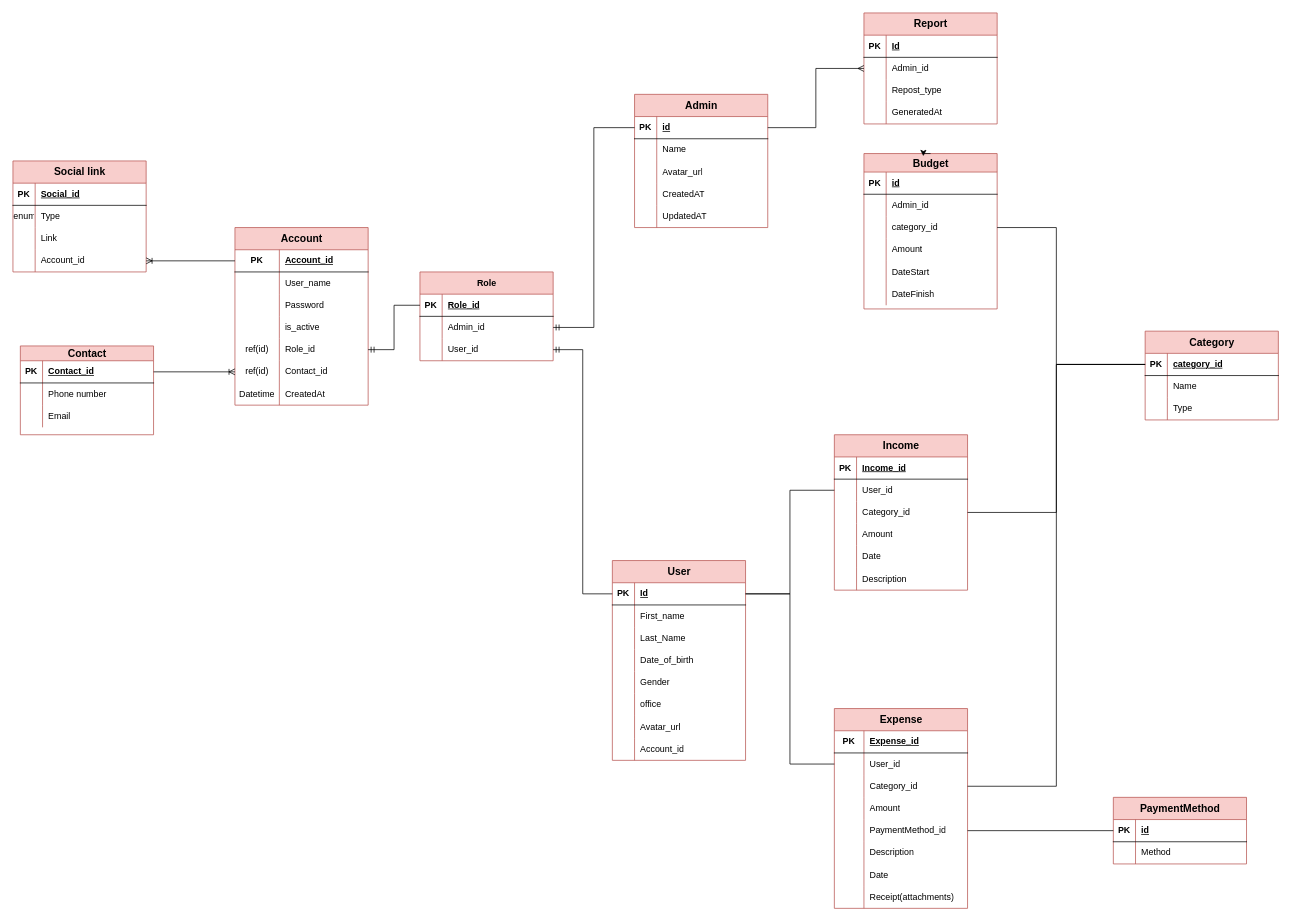
Before: Untitled Diagram.drawio in nynnekakak/diagram, a draw.io diagram. Source tidied: cells renumbered, new cells numbered last; positions are measured from the earlier drawing's top-left corner, leaving out a move shared by most shapes. Both pictures are drawn from the tidied source at 74%, with x=0, y=0 at pixel (13, 13).
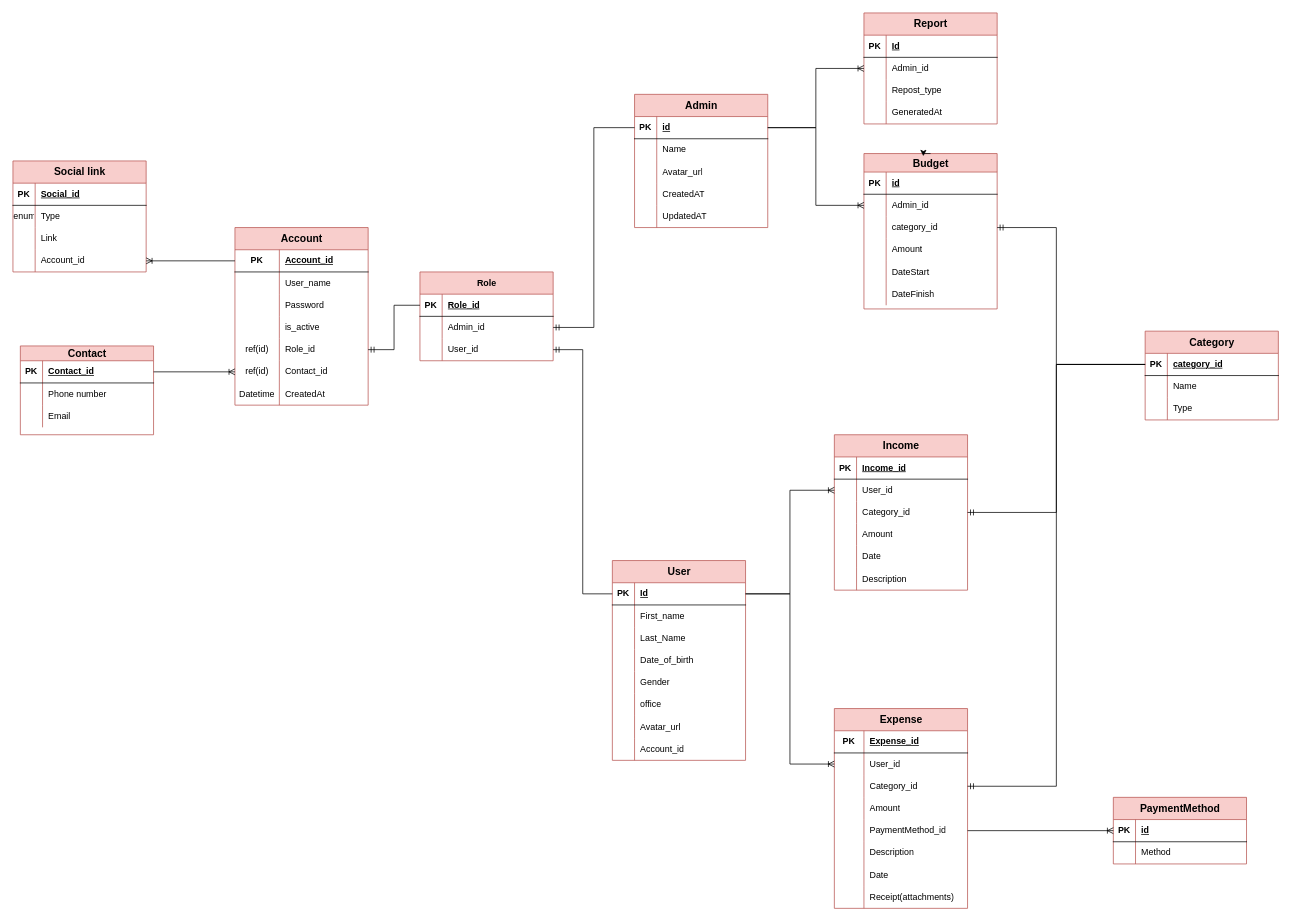
The same diagram, later.

Unchanged cells that the change refers to:
```xml
<mxCell id="51" style="shape=tableRow;horizontal=0;startSize=0;swimlaneHead=0;swimlaneBody=0;fillColor=none;points=[[0,0.5],[1,0.5]];portConstraint=eastwest;top=0;left=0;right=0;bottom=0;" parent="47" vertex="1">
  <mxGeometry y="60" width="180" height="30" as="geometry" />
</mxCell>
<mxCell id="54" style="shape=tableRow;horizontal=0;startSize=0;swimlaneHead=0;swimlaneBody=0;fillColor=none;points=[[0,0.5],[1,0.5]];portConstraint=eastwest;top=0;left=0;right=0;bottom=0;" parent="47" vertex="1">
  <mxGeometry y="90" width="180" height="30" as="geometry" />
</mxCell>
<mxCell id="60" style="shape=tableRow;horizontal=0;startSize=0;swimlaneHead=0;swimlaneBody=0;fillColor=none;points=[[0,0.5],[1,0.5]];portConstraint=eastwest;top=0;left=0;right=0;bottom=0;" parent="47" vertex="1">
  <mxGeometry y="150" width="180" height="30" as="geometry" />
</mxCell>
<mxCell id="76" style="shape=tableRow;horizontal=0;startSize=0;swimlaneHead=0;swimlaneBody=0;fillColor=none;points=[[0,0.5],[1,0.5]];portConstraint=eastwest;top=0;left=0;right=0;bottom=0;" parent="72" vertex="1">
  <mxGeometry y="60" width="180" height="30" as="geometry" />
</mxCell>
<mxCell id="79" style="shape=tableRow;horizontal=0;startSize=0;swimlaneHead=0;swimlaneBody=0;fillColor=none;points=[[0,0.5],[1,0.5]];portConstraint=eastwest;top=0;left=0;right=0;bottom=0;" parent="72" vertex="1">
  <mxGeometry y="90" width="180" height="30" as="geometry" />
</mxCell>
<mxCell id="92" style="shape=tableRow;horizontal=0;startSize=0;swimlaneHead=0;swimlaneBody=0;fillColor=none;points=[[0,0.5],[1,0.5]];portConstraint=eastwest;top=0;left=0;right=0;bottom=1;" parent="91" vertex="1">
  <mxGeometry y="30" width="180" height="30" as="geometry" />
</mxCell>
<mxCell id="102" style="shape=tableRow;horizontal=0;startSize=0;swimlaneHead=0;swimlaneBody=0;fillColor=none;points=[[0,0.5],[1,0.5]];portConstraint=eastwest;top=0;left=0;right=0;bottom=1;" parent="101" vertex="1">
  <mxGeometry y="30" width="180" height="30" as="geometry" />
</mxCell>
<mxCell id="112" style="shape=tableRow;horizontal=0;startSize=0;swimlaneHead=0;swimlaneBody=0;fillColor=none;points=[[0,0.5],[1,0.5]];portConstraint=eastwest;top=0;left=0;right=0;bottom=0;" parent="108" vertex="1">
  <mxGeometry y="55" width="180" height="30" as="geometry" />
</mxCell>
<mxCell id="115" style="shape=tableRow;horizontal=0;startSize=0;swimlaneHead=0;swimlaneBody=0;fillColor=none;points=[[0,0.5],[1,0.5]];portConstraint=eastwest;top=0;left=0;right=0;bottom=0;" parent="108" vertex="1">
  <mxGeometry y="85" width="180" height="30" as="geometry" />
</mxCell>
<mxCell id="128" style="shape=tableRow;horizontal=0;startSize=0;swimlaneHead=0;swimlaneBody=0;fillColor=none;points=[[0,0.5],[1,0.5]];portConstraint=eastwest;top=0;left=0;right=0;bottom=1;" parent="127" vertex="1">
  <mxGeometry y="30" width="180" height="30" as="geometry" />
</mxCell>
<mxCell id="144" style="shape=tableRow;horizontal=0;startSize=0;swimlaneHead=0;swimlaneBody=0;fillColor=none;points=[[0,0.5],[1,0.5]];portConstraint=eastwest;top=0;left=0;right=0;bottom=1;" parent="143" vertex="1">
  <mxGeometry y="30" width="180" height="30" as="geometry" />
</mxCell>
<mxCell id="172" style="shape=tableRow;horizontal=0;startSize=0;swimlaneHead=0;swimlaneBody=0;fillColor=none;points=[[0,0.5],[1,0.5]];portConstraint=eastwest;top=0;left=0;right=0;bottom=0;" parent="168" vertex="1">
  <mxGeometry y="60" width="180" height="30" as="geometry" />
</mxCell>
```

The edit, as a diff of the source:
```diff
@@
-    <mxCell id="196" style="edgeStyle=orthogonalEdgeStyle;rounded=0;jettySize=auto;html=1;entryX=0;entryY=0.5;entryDx=0;entryDy=0;endArrow=none;startFill=0;" parent="1" edge="1" source="144" target="76">
-      <mxGeometry relative="1" as="geometry" />
-    </mxCell>
-    <mxCell id="197" style="edgeStyle=orthogonalEdgeStyle;rounded=0;jettySize=auto;html=1;entryX=0;entryY=0.5;entryDx=0;entryDy=0;endArrow=none;startFill=0;" parent="1" edge="1" source="144" target="51">
-      <mxGeometry relative="1" as="geometry" />
-    </mxCell>
@@
-    <mxCell id="199" style="edgeStyle=orthogonalEdgeStyle;rounded=0;jettySize=auto;html=1;entryX=0;entryY=0.5;entryDx=0;entryDy=0;endArrow=none;startFill=0;" parent="1" edge="1" source="60" target="102">
-      <mxGeometry relative="1" as="geometry" />
-    </mxCell>
-    <mxCell id="200" style="edgeStyle=orthogonalEdgeStyle;rounded=0;jettySize=auto;html=1;entryX=0;entryY=0.5;entryDx=0;entryDy=0;endArrow=none;startFill=0;" parent="1" edge="1" source="54" target="92">
+    <mxCell id="200" style="edgeStyle=orthogonalEdgeStyle;rounded=0;jettySize=auto;html=1;entryX=0;entryY=0.5;entryDx=0;entryDy=0;endArrow=none;startFill=0;startArrow=ERmandOne;" parent="1" edge="1" source="54" target="92">
       <mxGeometry relative="1" as="geometry" />
     </mxCell>
-    <mxCell id="201" style="edgeStyle=orthogonalEdgeStyle;rounded=0;jettySize=auto;html=1;entryX=0;entryY=0.5;entryDx=0;entryDy=0;endArrow=none;startFill=0;" parent="1" edge="1" source="79" target="92">
+    <mxCell id="201" style="edgeStyle=orthogonalEdgeStyle;rounded=0;jettySize=auto;html=1;entryX=0;entryY=0.5;entryDx=0;entryDy=0;endArrow=none;startFill=0;startArrow=ERmandOne;" parent="1" edge="1" source="79" target="92">
       <mxGeometry relative="1" as="geometry" />
     </mxCell>
-    <mxCell id="202" style="edgeStyle=orthogonalEdgeStyle;rounded=0;jettySize=auto;html=1;entryX=0;entryY=0.5;entryDx=0;entryDy=0;endArrow=none;startFill=0;" parent="1" edge="1" source="115" target="92">
+    <mxCell id="202" style="edgeStyle=orthogonalEdgeStyle;rounded=0;jettySize=auto;html=1;entryX=0;entryY=0.5;entryDx=0;entryDy=0;endArrow=none;startFill=0;startArrow=ERmandOne;" parent="1" edge="1" source="115" target="92">
       <mxGeometry relative="1" as="geometry">
         <Array as="points">
           <mxPoint x="1410" y="290" />
           <mxPoint x="1410" y="475" />
         </Array>
       </mxGeometry>
     </mxCell>
-    <mxCell id="203" style="edgeStyle=orthogonalEdgeStyle;rounded=0;jettySize=auto;html=1;entryX=1;entryY=0.5;entryDx=0;entryDy=0;endArrow=none;startFill=0;startArrow=ERmany;" parent="1" edge="1" source="172" target="128">
+    <mxCell id="203" style="edgeStyle=orthogonalEdgeStyle;rounded=0;jettySize=auto;html=1;entryX=1;entryY=0.5;entryDx=0;entryDy=0;endArrow=none;startFill=0;startArrow=ERoneToMany;" parent="1" edge="1" source="172" target="128">
       <mxGeometry relative="1" as="geometry" />
     </mxCell>
+    <mxCell id="204" style="edgeStyle=orthogonalEdgeStyle;rounded=0;jettySize=auto;html=1;endArrow=none;startFill=0;startArrow=ERoneToMany;" parent="1" edge="1" source="112" target="128">
+      <mxGeometry relative="1" as="geometry" />
+    </mxCell>
+    <mxCell id="205" style="edgeStyle=orthogonalEdgeStyle;rounded=0;jettySize=auto;html=1;entryX=1;entryY=0.5;entryDx=0;entryDy=0;endArrow=none;startFill=0;startArrow=ERoneToMany;" parent="1" edge="1" source="76" target="144">
+      <mxGeometry relative="1" as="geometry" />
+    </mxCell>
+    <mxCell id="206" style="edgeStyle=orthogonalEdgeStyle;rounded=0;jettySize=auto;html=1;entryX=1;entryY=0.5;entryDx=0;entryDy=0;endArrow=none;startFill=0;startArrow=ERoneToMany;" parent="1" edge="1" source="51" target="144">
+      <mxGeometry relative="1" as="geometry" />
+    </mxCell>
+    <mxCell id="207" style="edgeStyle=orthogonalEdgeStyle;rounded=0;jettySize=auto;html=1;startArrow=ERoneToMany;startFill=0;endArrow=none;" parent="1" edge="1" source="102" target="60">
+      <mxGeometry relative="1" as="geometry" />
+    </mxCell>
```
